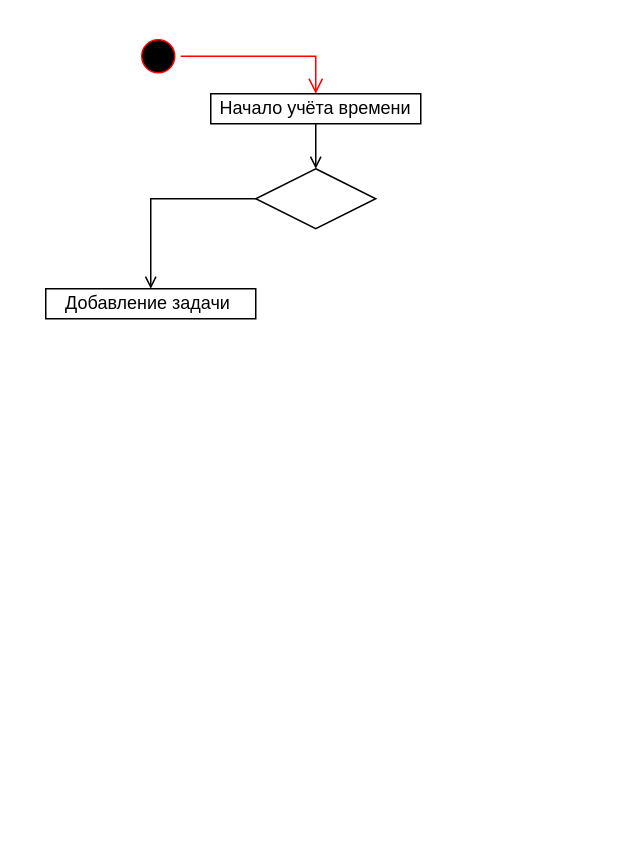
Earlier version of the draw.io diagram Диаграмма без названия.drawio (MgrDim/lab1). Source tidied: cells renumbered, new cells numbered last; positions are measured from the earlier drawing's top-left corner, leaving out a move shared by most shapes. Both pictures are drawn from the tidied source at 150%, with x=0, y=0 at pixel (45, 33).
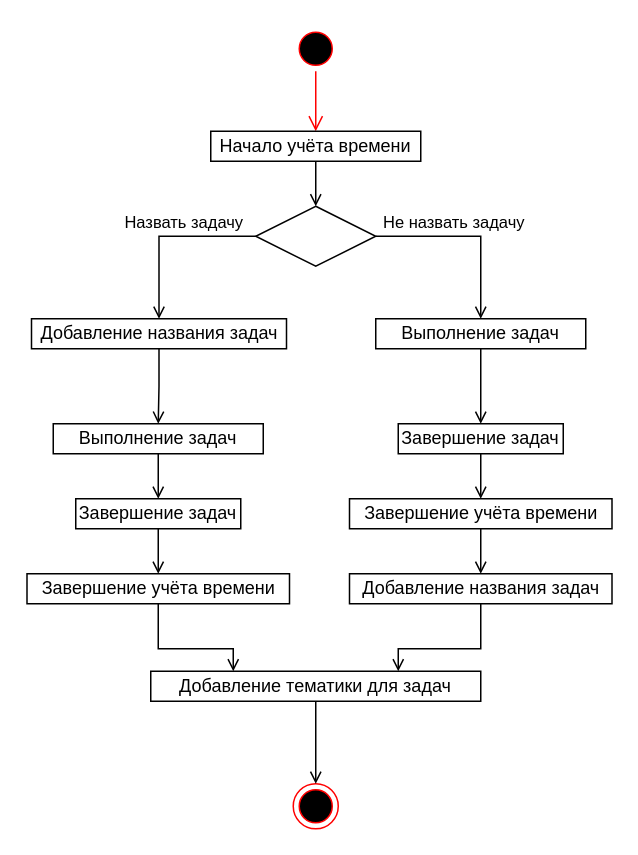
The same page after the edit.

Unchanged cells that the change refers to:
```xml
<mxCell id="7" style="edgeStyle=orthogonalEdgeStyle;rounded=0;jettySize=auto;html=1;exitX=0;exitY=0.5;exitDx=0;exitDy=0;entryX=0.5;entryY=0;entryDx=0;entryDy=0;endArrow=open;endFill=0;" parent="1" edge="1" source="8" target="6">
  <mxGeometry relative="1" as="geometry" />
</mxCell>
```

What changed in the source:
```diff
@@
     <mxCell id="2" style="ellipse;html=1;shape=startState;fillColor=#000000;strokeColor=#ff0000;" parent="1" vertex="1">
-      <mxGeometry x="60" width="30" height="30" as="geometry" />
+      <mxGeometry x="165" y="-5" width="30" height="30" as="geometry" />
     </mxCell>
@@
     <mxCell id="5" value="Начало учёта времени" style="html=1;whiteSpace=wrap;" parent="1" vertex="1">
-      <mxGeometry x="110" y="40" width="140" height="20" as="geometry" />
+      <mxGeometry x="110" y="65" width="140" height="20" as="geometry" />
     </mxCell>
+    <mxCell id="9" style="edgeStyle=orthogonalEdgeStyle;rounded=0;jettySize=auto;html=1;exitX=0.5;exitY=1;exitDx=0;exitDy=0;entryX=0.5;entryY=0;entryDx=0;entryDy=0;endArrow=open;endFill=0;" parent="1" edge="1" source="6" target="16">
+      <mxGeometry relative="1" as="geometry" />
+    </mxCell>
-    <mxCell id="6" value="Добавление задачи&amp;nbsp;" style="html=1;whiteSpace=wrap;" parent="1" vertex="1">
-      <mxGeometry y="170" width="140" height="20" as="geometry" />
+    <mxCell id="6" value="Добавление названия задач" style="html=1;whiteSpace=wrap;" parent="1" vertex="1">
+      <mxGeometry x="-9.5" y="190" width="170" height="20" as="geometry" />
     </mxCell>
@@
+    <mxCell id="10" value="Назвать задачу" style="edgeLabel;html=1;align=center;verticalAlign=middle;" parent="7" vertex="1">
+      <mxGeometry x="-0.19" relative="1" as="geometry">
+        <mxPoint x="-1" y="-10" as="offset" />
+      </mxGeometry>
+    </mxCell>
+    <mxCell id="11" style="edgeStyle=orthogonalEdgeStyle;rounded=0;jettySize=auto;html=1;exitX=1;exitY=0.5;exitDx=0;exitDy=0;entryX=0.5;entryY=0;entryDx=0;entryDy=0;endArrow=open;endFill=0;" parent="1" edge="1" source="8" target="13">
+      <mxGeometry relative="1" as="geometry" />
+    </mxCell>
     <mxCell id="8" style="rhombus;whiteSpace=wrap;html=1;" parent="1" vertex="1">
-      <mxGeometry x="140" y="90" width="80" height="40" as="geometry" />
+      <mxGeometry x="140" y="115" width="80" height="40" as="geometry" />
     </mxCell>
+    <mxCell id="12" style="edgeStyle=orthogonalEdgeStyle;rounded=0;jettySize=auto;html=1;exitX=0.5;exitY=1;exitDx=0;exitDy=0;endArrow=open;endFill=0;" parent="1" edge="1" source="13" target="25">
+      <mxGeometry relative="1" as="geometry" />
+    </mxCell>
+    <mxCell id="13" value="Выполнение задач" style="html=1;whiteSpace=wrap;" parent="1" vertex="1">
+      <mxGeometry x="220" y="190" width="140" height="20" as="geometry" />
+    </mxCell>
+    <mxCell id="14" value="Не назвать задачу" style="edgeLabel;html=1;align=center;verticalAlign=middle;" parent="1" vertex="1">
+      <mxGeometry x="270" y="115" as="geometry">
+        <mxPoint x="1" y="10" as="offset" />
+      </mxGeometry>
+    </mxCell>
+    <mxCell id="15" style="edgeStyle=orthogonalEdgeStyle;rounded=0;jettySize=auto;html=1;exitX=0.5;exitY=1;exitDx=0;exitDy=0;endArrow=open;endFill=0;entryX=0.5;entryY=0;entryDx=0;entryDy=0;" parent="1" edge="1" source="16" target="20">
+      <mxGeometry relative="1" as="geometry" />
+    </mxCell>
+    <mxCell id="16" value="Выполнение задач" style="html=1;whiteSpace=wrap;" parent="1" vertex="1">
+      <mxGeometry x="5" y="260" width="140" height="20" as="geometry" />
+    </mxCell>
+    <mxCell id="17" style="ellipse;html=1;shape=endState;fillColor=#000000;strokeColor=#ff0000;" parent="1" vertex="1">
+      <mxGeometry x="165" y="500" width="30" height="30" as="geometry" />
+    </mxCell>
+    <mxCell id="18" style="edgeStyle=orthogonalEdgeStyle;rounded=0;jettySize=auto;html=1;entryX=0.25;entryY=0;entryDx=0;entryDy=0;endArrow=open;endFill=0;exitX=0.5;exitY=1;exitDx=0;exitDy=0;" parent="1" edge="1" source="23" target="22">
+      <mxGeometry relative="1" as="geometry">
+        <Array as="points">
+          <mxPoint x="75" y="410" />
+          <mxPoint x="125" y="410" />
+        </Array>
+      </mxGeometry>
+    </mxCell>
+    <mxCell id="19" style="edgeStyle=orthogonalEdgeStyle;rounded=0;jettySize=auto;html=1;exitX=0.5;exitY=1;exitDx=0;exitDy=0;entryX=0.5;entryY=0;entryDx=0;entryDy=0;endArrow=open;endFill=0;" parent="1" edge="1" source="20" target="23">
+      <mxGeometry relative="1" as="geometry" />
+    </mxCell>
+    <mxCell id="20" value="Завершение задач" style="html=1;whiteSpace=wrap;" parent="1" vertex="1">
+      <mxGeometry x="20" y="310" width="110" height="20" as="geometry" />
+    </mxCell>
+    <mxCell id="21" style="edgeStyle=orthogonalEdgeStyle;rounded=0;jettySize=auto;html=1;exitX=0.5;exitY=1;exitDx=0;exitDy=0;entryX=0.5;entryY=0;entryDx=0;entryDy=0;endArrow=open;endFill=0;" parent="1" edge="1" source="22" target="17">
+      <mxGeometry relative="1" as="geometry">
+        <Array as="points">
+          <mxPoint x="180" y="445" />
+        </Array>
+      </mxGeometry>
+    </mxCell>
+    <mxCell id="22" value="Добавление тематики для задач" style="html=1;whiteSpace=wrap;" parent="1" vertex="1">
+      <mxGeometry x="70" y="425" width="220" height="20" as="geometry" />
+    </mxCell>
+    <mxCell id="23" value="Завершение учёта времени" style="html=1;whiteSpace=wrap;" parent="1" vertex="1">
+      <mxGeometry x="-12.5" y="360" width="175" height="20" as="geometry" />
+    </mxCell>
+    <mxCell id="24" style="edgeStyle=orthogonalEdgeStyle;rounded=0;jettySize=auto;html=1;exitX=0.5;exitY=1;exitDx=0;exitDy=0;entryX=0.5;entryY=0;entryDx=0;entryDy=0;endArrow=open;endFill=0;" parent="1" edge="1" source="25" target="29">
+      <mxGeometry relative="1" as="geometry" />
+    </mxCell>
+    <mxCell id="25" value="Завершение задач" style="html=1;whiteSpace=wrap;" parent="1" vertex="1">
+      <mxGeometry x="235" y="260" width="110" height="20" as="geometry" />
+    </mxCell>
+    <mxCell id="26" style="edgeStyle=orthogonalEdgeStyle;rounded=0;jettySize=auto;html=1;exitX=0.5;exitY=1;exitDx=0;exitDy=0;entryX=0.75;entryY=0;entryDx=0;entryDy=0;endArrow=open;endFill=0;" parent="1" edge="1" source="27" target="22">
+      <mxGeometry relative="1" as="geometry">
+        <Array as="points">
+          <mxPoint x="290" y="410" />
+          <mxPoint x="235" y="410" />
+        </Array>
+      </mxGeometry>
+    </mxCell>
+    <mxCell id="27" value="Добавление названия задач" style="html=1;whiteSpace=wrap;" parent="1" vertex="1">
+      <mxGeometry x="202.5" y="360" width="175" height="20" as="geometry" />
+    </mxCell>
+    <mxCell id="28" style="edgeStyle=orthogonalEdgeStyle;rounded=0;jettySize=auto;html=1;exitX=0.5;exitY=1;exitDx=0;exitDy=0;entryX=0.5;entryY=0;entryDx=0;entryDy=0;endArrow=open;endFill=0;" parent="1" edge="1" source="29" target="27">
+      <mxGeometry relative="1" as="geometry" />
+    </mxCell>
+    <mxCell id="29" value="Завершение учёта времени" style="html=1;whiteSpace=wrap;" parent="1" vertex="1">
+      <mxGeometry x="202.5" y="310" width="175" height="20" as="geometry" />
+    </mxCell>
```
